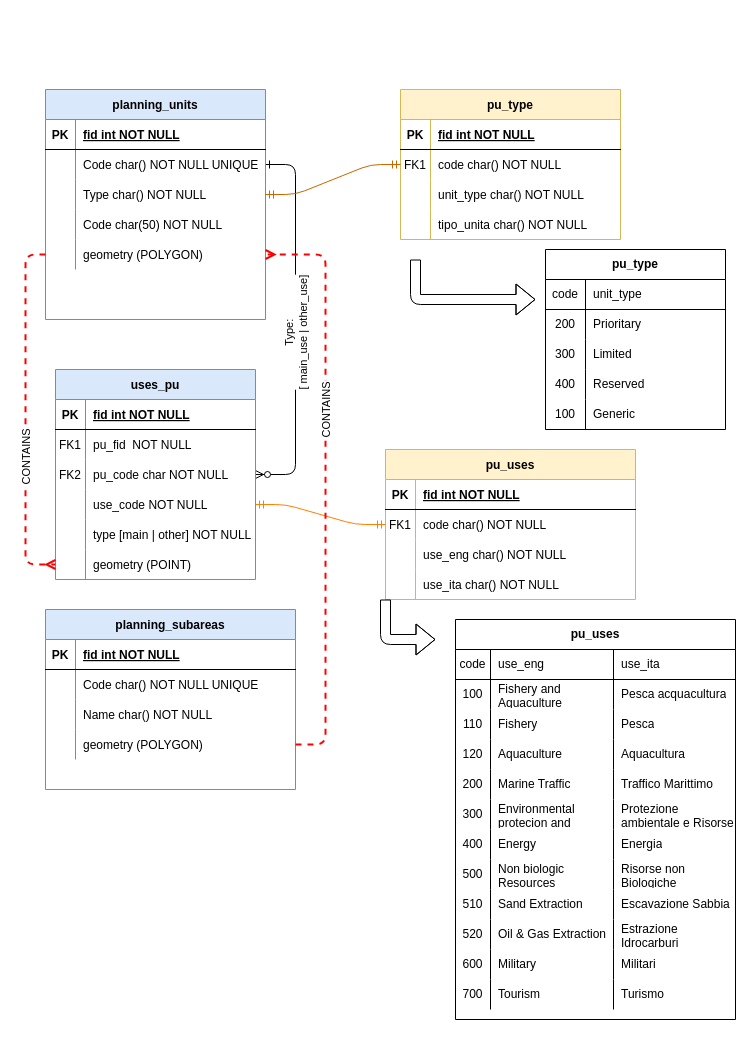
Before: MSP_ITALY_PU_model.drawio in amefad/documentation, a draw.io diagram. Source tidied: cells renumbered, new cells numbered last; positions are measured from the earlier drawing's top-left corner, leaving out a move shared by most shapes. Both pictures are drawn from the tidied source at 100%, with x=0, y=0 at pixel (25, 89).
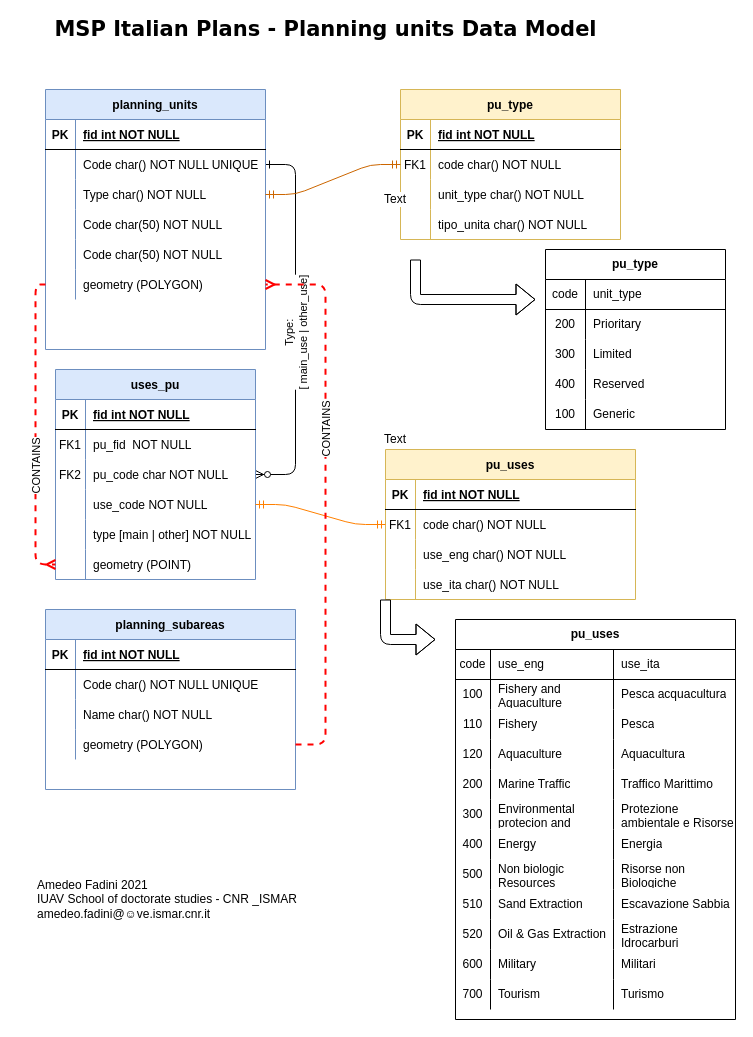
The same page after the edit.

Unchanged cells that the change refers to:
```xml
<mxCell id="20" style="shape=partialRectangle;fillColor=none;points=[[0,0.5],[1,0.5]];portConstraint=eastwest;top=0;left=0;right=0;bottom=0;" parent="4" vertex="1">
  <mxGeometry y="180" width="200" height="30" as="geometry" />
</mxCell>
```

Diff of the diagram source:
```diff
@@
     <mxCell id="36" value="planning_units" style="shape=table;startSize=30;childLayout=tableLayout;rowLines=0;fontStyle=1;align=center;fillColor=#dae8fc;strokeColor=#6c8ebf;" parent="1" vertex="1">
-      <mxGeometry x="20" width="220" height="230" as="geometry" />
+      <mxGeometry x="20" width="220" height="260" as="geometry" />
     </mxCell>
@@
+    <mxCell id="151" style="shape=partialRectangle;fillColor=none;top=0;left=0;right=0;bottom=0;" parent="36" vertex="1">
+      <mxGeometry y="150" width="220" height="30" as="geometry" />
+    </mxCell>
+    <mxCell id="152" style="shape=partialRectangle;overflow=hidden;fillColor=none;top=0;left=0;bottom=0;right=0;" parent="151" vertex="1">
+      <mxGeometry width="30" height="30" as="geometry" />
+    </mxCell>
+    <mxCell id="153" value="Code char(50) NOT NULL" style="shape=partialRectangle;overflow=hidden;fillColor=none;top=0;left=0;bottom=0;right=0;align=left;spacingLeft=6;" parent="151" vertex="1">
+      <mxGeometry x="30" width="190" height="30" as="geometry" />
+    </mxCell>
     <mxCell id="49" style="shape=partialRectangle;fillColor=none;points=[[0,0.5],[1,0.5]];portConstraint=eastwest;top=0;left=0;right=0;bottom=0;" parent="36" vertex="1">
-      <mxGeometry y="150" width="220" height="30" as="geometry" />
+      <mxGeometry y="180" width="220" height="30" as="geometry" />
     </mxCell>
@@
-    <mxCell id="149" style="edgeStyle=orthogonalEdgeStyle;fontSize=12;html=1;endArrow=ERmany;fillColor=#e51400;strokeWidth=2;strokeColor=#FF0000;dashed=1;" parent="1" edge="1" source="49" target="20">
+    <mxCell id="149" style="fontSize=12;html=1;endArrow=ERmany;fillColor=#e51400;strokeWidth=2;strokeColor=#FF0000;dashed=1;exitX=0;exitY=0.5;exitDx=0;exitDy=0;edgeStyle=orthogonalEdgeStyle;" parent="1" edge="1" source="49" target="20">
       <mxGeometry relative="1" as="geometry">
         <Array as="points">
-          <mxPoint y="165" />
-          <mxPoint y="475" />
+          <mxPoint x="10" y="195" />
+          <mxPoint x="10" y="475" />
         </Array>
       </mxGeometry>
     </mxCell>
@@
+    <mxCell id="154" value="Text" style="text;html=1;strokeColor=none;fillColor=none;align=center;verticalAlign=middle;whiteSpace=wrap;rounded=0;labelBackgroundColor=#ffffff;" parent="1" vertex="1">
+      <mxGeometry x="350" y="340" width="40" height="20" as="geometry" />
+    </mxCell>
+    <mxCell id="155" value="Text" style="text;html=1;strokeColor=none;fillColor=none;align=center;verticalAlign=middle;whiteSpace=wrap;rounded=0;labelBackgroundColor=#ffffff;" parent="1" vertex="1">
+      <mxGeometry x="350" y="100" width="40" height="20" as="geometry" />
+    </mxCell>
+    <mxCell id="156" value="&lt;font style=&quot;font-size: 21px&quot; face=&quot;Verdana&quot;&gt;&lt;b&gt;MSP Italian Plans - Planning units Data Model&lt;/b&gt;&lt;/font&gt;" style="text;html=1;align=center;verticalAlign=middle;" parent="1" vertex="1">
+      <mxGeometry x="20" y="-70" width="560" height="20" as="geometry" />
+    </mxCell>
+    <mxCell id="157" value="Amedeo Fadini 2021&lt;br&gt;IUAV School of doctorate studies - CNR _ISMAR&lt;br&gt;amedeo.fadini@☺ve.ismar.cnr.it" style="text;html=1;strokeColor=none;fillColor=none;align=left;verticalAlign=middle;whiteSpace=wrap;rounded=0;labelBackgroundColor=#ffffff;" parent="1" vertex="1">
+      <mxGeometry x="10" y="800" width="380" height="20" as="geometry" />
+    </mxCell>
```
